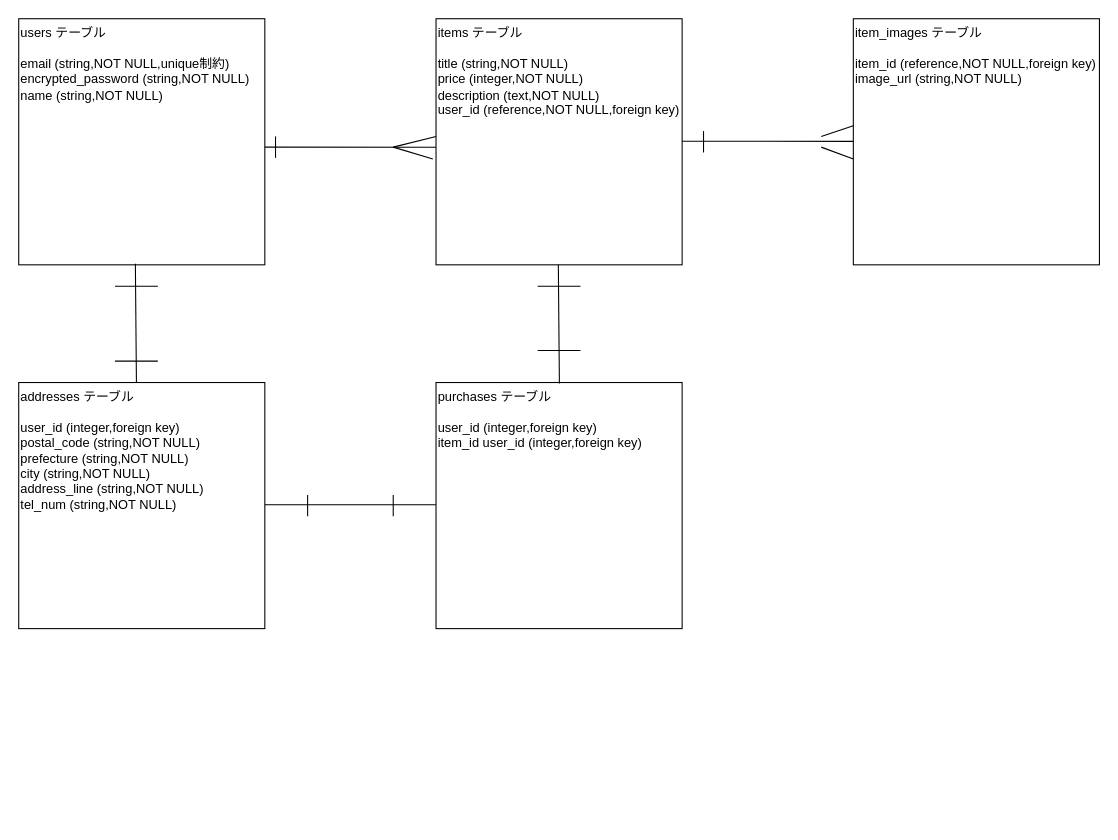
Above: ER.dio in you6st/furima-42026 (draw.io), before the change. Source tidied: cells renumbered, new cells numbered last; positions are measured from the earlier drawing's top-left corner, leaving out a move shared by most shapes. Both pictures are drawn from the tidied source at 107%, with x=0, y=0 at pixel (18, 18).
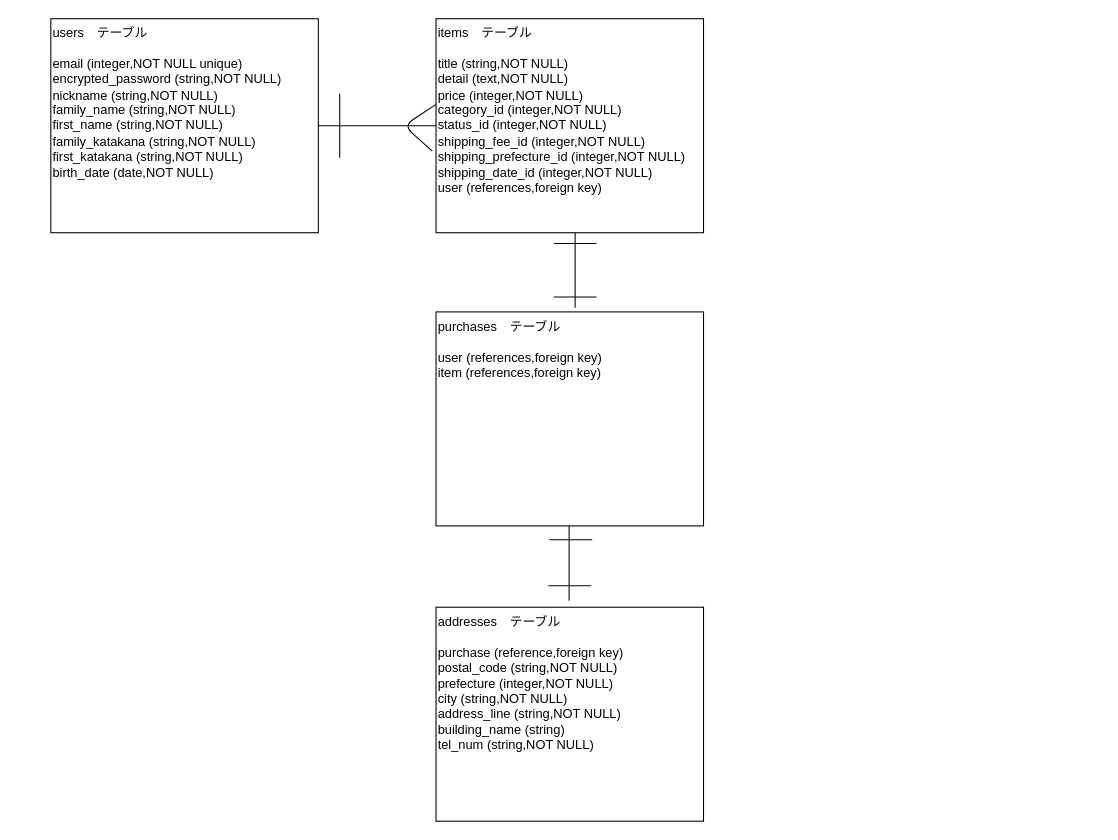
The same page after the edit.

Diff of the diagram source:
```diff
@@
-    <mxCell id="2" value="users テーブル&lt;br&gt;&lt;br&gt;email (string,NOT NULL,unique制約)&lt;br&gt;encrypted_password (string,NOT NULL)&lt;br&gt;name (string,NOT NULL)&lt;br&gt;" style="whiteSpace=wrap;html=1;align=left;labelBorderColor=none;verticalAlign=top;" parent="1" vertex="1">
-      <mxGeometry width="230" height="230" as="geometry" />
-    </mxCell>
-    <mxCell id="3" value="items テーブル&lt;br&gt;&lt;br&gt;title (string,NOT NULL)&lt;br&gt;price (integer,NOT NULL)&lt;br&gt;description (text,NOT NULL)&lt;br&gt;user_id (reference,NOT NULL,foreign key)" style="whiteSpace=wrap;html=1;align=left;labelBorderColor=none;verticalAlign=top;" parent="1" vertex="1">
-      <mxGeometry x="390" width="230" height="230" as="geometry" />
-    </mxCell>
-    <mxCell id="4" value="purchases テーブル&lt;br&gt;&lt;br&gt;user_id (integer,foreign key)&lt;br&gt;item_id user_id (integer,foreign key)" style="whiteSpace=wrap;html=1;align=left;labelBorderColor=none;verticalAlign=top;" parent="1" vertex="1">
-      <mxGeometry x="390" y="340" width="230" height="230" as="geometry" />
-    </mxCell>
-    <mxCell id="5" value="item_images テーブル&lt;br&gt;&lt;br&gt;item_id (reference,NOT NULL,foreign key)&lt;br&gt;image_url (string,NOT NULL)" style="whiteSpace=wrap;html=1;align=left;labelBorderColor=none;verticalAlign=top;" parent="1" vertex="1">
-      <mxGeometry x="780" width="230" height="230" as="geometry" />
-    </mxCell>
-    <mxCell id="6" value="addresses テーブル&lt;br&gt;&lt;br&gt;user_id (integer,foreign key)&lt;br&gt;postal_code (string,NOT NULL)&lt;br&gt;prefecture (string,NOT NULL)&lt;br&gt;city (string,NOT NULL)&lt;br&gt;address_line (string,NOT NULL)&lt;br&gt;tel_num&amp;nbsp;(string,NOT NULL)" style="whiteSpace=wrap;html=1;align=left;labelBorderColor=none;verticalAlign=top;" parent="1" vertex="1">
-      <mxGeometry y="340" width="230" height="230" as="geometry" />
-    </mxCell>
-    <mxCell id="7" style="endArrow=none;html=1;entryX=0;entryY=0.522;entryDx=0;entryDy=0;entryPerimeter=0;" parent="1" edge="1" target="3">
-      <mxGeometry relative="1" as="geometry">
-        <mxPoint x="230" y="120" as="sourcePoint" />
-      </mxGeometry>
-    </mxCell>
-    <mxCell id="8" style="endArrow=none;html=1;entryX=0;entryY=0.522;entryDx=0;entryDy=0;entryPerimeter=0;" parent="1" edge="1">
-      <mxGeometry relative="1" as="geometry">
-        <mxPoint x="230" y="454.3" as="sourcePoint" />
-        <mxPoint x="390" y="454.3" as="targetPoint" />
-      </mxGeometry>
-    </mxCell>
-    <mxCell id="9" style="endArrow=none;html=1;" parent="1" edge="1">
-      <mxGeometry relative="1" as="geometry">
-        <mxPoint x="390" y="110" as="sourcePoint" />
-        <mxPoint x="350" y="120" as="targetPoint" />
-      </mxGeometry>
-    </mxCell>
-    <mxCell id="10" style="endArrow=none;html=1;exitX=-0.013;exitY=0.57;exitDx=0;exitDy=0;exitPerimeter=0;" parent="1" edge="1" source="3">
-      <mxGeometry relative="1" as="geometry">
-        <mxPoint x="350" y="120" as="targetPoint" />
-      </mxGeometry>
-    </mxCell>
-    <mxCell id="11" style="endArrow=none;html=1;" parent="1" edge="1">
-      <mxGeometry relative="1" as="geometry">
-        <mxPoint x="240" y="130" as="sourcePoint" />
-        <mxPoint x="240" y="110" as="targetPoint" />
-      </mxGeometry>
-    </mxCell>
-    <mxCell id="12" style="endArrow=none;html=1;" parent="1" edge="1">
-      <mxGeometry relative="1" as="geometry">
-        <mxPoint x="270" y="465" as="sourcePoint" />
-        <mxPoint x="270" y="445" as="targetPoint" />
-      </mxGeometry>
-    </mxCell>
-    <mxCell id="13" style="endArrow=none;html=1;entryX=0.474;entryY=0.996;entryDx=0;entryDy=0;entryPerimeter=0;" parent="1" edge="1" target="2">
-      <mxGeometry relative="1" as="geometry">
-        <mxPoint x="110" y="340" as="sourcePoint" />
-      </mxGeometry>
-    </mxCell>
-    <mxCell id="14" style="endArrow=none;html=1;" parent="1" edge="1">
-      <mxGeometry relative="1" as="geometry">
-        <mxPoint x="485" y="250" as="sourcePoint" />
-        <mxPoint x="525" y="250" as="targetPoint" />
-      </mxGeometry>
-    </mxCell>
-    <mxCell id="15" style="endArrow=none;html=1;" parent="1" edge="1">
-      <mxGeometry relative="1" as="geometry">
-        <mxPoint x="485" y="310" as="sourcePoint" />
-        <mxPoint x="525" y="310" as="targetPoint" />
-      </mxGeometry>
-    </mxCell>
-    <mxCell id="16" style="endArrow=none;html=1;entryX=0.474;entryY=0.996;entryDx=0;entryDy=0;entryPerimeter=0;" parent="1" edge="1">
-      <mxGeometry relative="1" as="geometry">
-        <mxPoint x="505.3" y="340.9" as="sourcePoint" />
-        <mxPoint x="504.3" y="230" as="targetPoint" />
-      </mxGeometry>
-    </mxCell>
-    <mxCell id="17" style="endArrow=none;html=1;" parent="1" edge="1">
-      <mxGeometry relative="1" as="geometry">
-        <mxPoint x="350" y="465" as="sourcePoint" />
-        <mxPoint x="350" y="445" as="targetPoint" />
-      </mxGeometry>
-    </mxCell>
-    <mxCell id="18" style="endArrow=none;html=1;" parent="1" edge="1">
-      <mxGeometry relative="1" as="geometry">
-        <mxPoint x="90" y="250" as="sourcePoint" />
-        <mxPoint x="130" y="250" as="targetPoint" />
-      </mxGeometry>
-    </mxCell>
-    <mxCell id="19" style="endArrow=none;html=1;" parent="1" edge="1">
-      <mxGeometry relative="1" as="geometry">
-        <mxPoint x="90" y="320" as="sourcePoint" />
-        <mxPoint x="130" y="320" as="targetPoint" />
-      </mxGeometry>
-    </mxCell>
-    <mxCell id="20" style="endArrow=none;html=1;entryX=0;entryY=0.522;entryDx=0;entryDy=0;entryPerimeter=0;" parent="1" edge="1">
-      <mxGeometry relative="1" as="geometry">
-        <mxPoint x="620" y="114.5" as="sourcePoint" />
-        <mxPoint x="780" y="114.6" as="targetPoint" />
-      </mxGeometry>
-    </mxCell>
-    <mxCell id="21" style="endArrow=none;html=1;exitX=-0.013;exitY=0.57;exitDx=0;exitDy=0;exitPerimeter=0;" parent="1" edge="1">
-      <mxGeometry relative="1" as="geometry">
-        <mxPoint x="780" y="131.1" as="sourcePoint" />
-        <mxPoint x="750" y="120" as="targetPoint" />
-      </mxGeometry>
-    </mxCell>
-    <mxCell id="22" style="endArrow=none;html=1;" parent="1" edge="1">
-      <mxGeometry relative="1" as="geometry">
-        <mxPoint x="780" y="100" as="sourcePoint" />
-        <mxPoint x="750" y="110" as="targetPoint" />
-      </mxGeometry>
-    </mxCell>
-    <mxCell id="23" style="endArrow=none;html=1;" parent="1" edge="1">
-      <mxGeometry relative="1" as="geometry">
-        <mxPoint x="640" y="125" as="sourcePoint" />
-        <mxPoint x="640" y="105" as="targetPoint" />
-      </mxGeometry>
-    </mxCell>
+    <mxCell id="24" value="users　テーブル&lt;br&gt;&lt;br&gt;email (integer,NOT NULL unique)&lt;br&gt;encrypted_password (string,NOT NULL)&lt;br&gt;nickname (string,NOT NULL)&lt;br&gt;family_name&amp;nbsp;(string,NOT NULL)&lt;br&gt;first_name&amp;nbsp;(string,NOT NULL)&lt;br&gt;family_katakana&amp;nbsp;(string,NOT NULL)&lt;br&gt;first_katakana&amp;nbsp;(string,NOT NULL)&lt;br&gt;birth_date&amp;nbsp;(date,NOT NULL)" style="rounded=0;whiteSpace=wrap;html=1;align=left;verticalAlign=top;" parent="1" vertex="1">
+      <mxGeometry x="30" width="250" height="200" as="geometry" />
+    </mxCell>
+    <mxCell id="25" value="items　テーブル&lt;br&gt;&lt;br&gt;title (string,NOT NULL)&lt;br&gt;detail (text,NOT NULL)&lt;br&gt;price (integer,NOT NULL)&lt;br&gt;category_id (integer,NOT NULL)&lt;br&gt;status_id (integer,NOT NULL)&lt;br&gt;shipping_fee_id (integer,NOT NULL)&lt;br&gt;shipping_prefecture_id (integer,NOT NULL)&lt;br&gt;shipping_date_id (integer,NOT NULL)&lt;br&gt;user (references,foreign key)" style="rounded=0;whiteSpace=wrap;html=1;align=left;verticalAlign=top;" parent="1" vertex="1">
+      <mxGeometry x="390" width="250" height="200" as="geometry" />
+    </mxCell>
+    <mxCell id="26" value="purchases　テーブル&lt;br&gt;&lt;br&gt;user (references,foreign key)&lt;br&gt;item (references,foreign key)" style="rounded=0;whiteSpace=wrap;html=1;align=left;verticalAlign=top;" parent="1" vertex="1">
+      <mxGeometry x="390" y="274" width="250" height="200" as="geometry" />
+    </mxCell>
+    <mxCell id="27" value="addresses　テーブル&lt;br&gt;&lt;br&gt;purchase (reference,foreign key)&lt;br&gt;postal_code (string,NOT NULL)&lt;br&gt;prefecture&amp;nbsp;(integer,NOT NULL)&lt;br&gt;city&amp;nbsp;(string,NOT NULL)&lt;br&gt;address_line&amp;nbsp;(string,NOT NULL)&lt;br&gt;building_name&amp;nbsp;(string)&lt;br&gt;tel_num&amp;nbsp;(string,NOT NULL)" style="rounded=0;whiteSpace=wrap;html=1;align=left;verticalAlign=top;" parent="1" vertex="1">
+      <mxGeometry x="390" y="550" width="250" height="200" as="geometry" />
+    </mxCell>
+    <mxCell id="28" style="endArrow=none;html=1;entryX=0;entryY=0.5;entryDx=0;entryDy=0;" parent="1" edge="1" target="25">
+      <mxGeometry relative="1" as="geometry">
+        <mxPoint x="280" y="100" as="sourcePoint" />
+      </mxGeometry>
+    </mxCell>
+    <mxCell id="29" style="endArrow=none;html=1;" parent="1" edge="1">
+      <mxGeometry relative="1" as="geometry">
+        <mxPoint x="520" y="270" as="sourcePoint" />
+        <mxPoint x="520" y="200" as="targetPoint" />
+      </mxGeometry>
+    </mxCell>
+    <mxCell id="30" style="endArrow=none;html=1;" parent="1" edge="1">
+      <mxGeometry relative="1" as="geometry">
+        <mxPoint x="514.4" y="544" as="sourcePoint" />
+        <mxPoint x="514.4" y="474" as="targetPoint" />
+      </mxGeometry>
+    </mxCell>
+    <mxCell id="31" style="endArrow=none;html=1;exitX=-0.014;exitY=0.619;exitDx=0;exitDy=0;exitPerimeter=0;" parent="1" edge="1" source="25">
+      <mxGeometry relative="1" as="geometry">
+        <mxPoint x="390" y="80" as="targetPoint" />
+        <Array as="points">
+          <mxPoint x="360" y="100" />
+        </Array>
+      </mxGeometry>
+    </mxCell>
+    <mxCell id="32" style="endArrow=none;html=1;" parent="1" edge="1">
+      <mxGeometry relative="1" as="geometry">
+        <mxPoint x="300" y="130" as="sourcePoint" />
+        <mxPoint x="300" y="70" as="targetPoint" />
+      </mxGeometry>
+    </mxCell>
+    <mxCell id="33" style="endArrow=none;html=1;" parent="1" edge="1">
+      <mxGeometry relative="1" as="geometry">
+        <mxPoint x="500" y="210" as="sourcePoint" />
+        <mxPoint x="540" y="210" as="targetPoint" />
+      </mxGeometry>
+    </mxCell>
+    <mxCell id="34" style="endArrow=none;html=1;" parent="1" edge="1">
+      <mxGeometry relative="1" as="geometry">
+        <mxPoint x="500" y="260" as="sourcePoint" />
+        <mxPoint x="540" y="260" as="targetPoint" />
+      </mxGeometry>
+    </mxCell>
+    <mxCell id="35" style="endArrow=none;html=1;" parent="1" edge="1">
+      <mxGeometry relative="1" as="geometry">
+        <mxPoint x="496" y="487" as="sourcePoint" />
+        <mxPoint x="536" y="487" as="targetPoint" />
+      </mxGeometry>
+    </mxCell>
+    <mxCell id="36" style="endArrow=none;html=1;" parent="1" edge="1">
+      <mxGeometry relative="1" as="geometry">
+        <mxPoint x="495" y="530" as="sourcePoint" />
+        <mxPoint x="535" y="530" as="targetPoint" />
+      </mxGeometry>
+    </mxCell>
```
